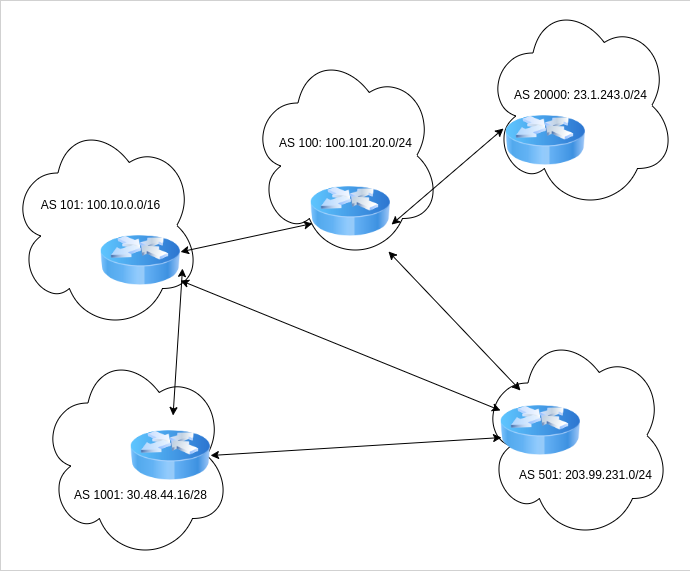
Before: slides/pycon2023-python-rust/autonomous-systems.drawio.png, a diagram exported from draw.io (hyphenOs/hyphenos-site-nikola). Source tidied: cells renumbered, new cells last; positions are measured from the earlier drawing's top-left corner, leaving out a move shared by most shapes. Its diagram source:
```xml
<mxGraphModel>
  <root>
    <mxCell id="0" />
    <mxCell id="1" parent="0" />
    <mxCell id="2" style="rounded=0;whiteSpace=wrap;html=1;strokeWidth=0;" parent="1" vertex="1">
      <mxGeometry width="690" height="570" as="geometry" />
    </mxCell>
    <mxCell id="3" style="ellipse;shape=cloud;whiteSpace=wrap;html=1;" parent="1" vertex="1">
      <mxGeometry x="485" width="190" height="210" as="geometry" />
    </mxCell>
    <mxCell id="4" style="ellipse;shape=cloud;whiteSpace=wrap;html=1;" parent="1" vertex="1">
      <mxGeometry x="480" y="330" width="190" height="210" as="geometry" />
    </mxCell>
    <mxCell id="5" style="ellipse;shape=cloud;whiteSpace=wrap;html=1;" parent="1" vertex="1">
      <mxGeometry x="40" y="350" width="190" height="210" as="geometry" />
    </mxCell>
    <mxCell id="6" style="ellipse;shape=cloud;whiteSpace=wrap;html=1;" parent="1" vertex="1">
      <mxGeometry x="10" y="120" width="190" height="210" as="geometry" />
    </mxCell>
    <mxCell id="7" style="ellipse;shape=cloud;whiteSpace=wrap;html=1;" parent="1" vertex="1">
      <mxGeometry x="250" y="50" width="190" height="210" as="geometry" />
    </mxCell>
    <mxCell id="8" style="image;html=1;image=img/lib/clip_art/networking/Router_Icon_128x128.png;" parent="1" vertex="1">
      <mxGeometry x="100" y="220" width="80" height="80" as="geometry" />
    </mxCell>
    <mxCell id="9" style="image;html=1;image=img/lib/clip_art/networking/Router_Icon_128x128.png;" parent="1" vertex="1">
      <mxGeometry x="310" y="171" width="80" height="80" as="geometry" />
    </mxCell>
    <mxCell id="10" style="image;html=1;image=img/lib/clip_art/networking/Router_Icon_128x128.png;" parent="1" vertex="1">
      <mxGeometry x="505" y="100" width="80" height="80" as="geometry" />
    </mxCell>
    <mxCell id="11" style="image;html=1;image=img/lib/clip_art/networking/Router_Icon_128x128.png;" parent="1" vertex="1">
      <mxGeometry x="500" y="390" width="80" height="80" as="geometry" />
    </mxCell>
    <mxCell id="12" style="image;html=1;image=img/lib/clip_art/networking/Router_Icon_128x128.png;" parent="1" vertex="1">
      <mxGeometry x="130" y="415" width="80" height="80" as="geometry" />
    </mxCell>
    <mxCell id="13" style="endArrow=classic;startArrow=classic;html=1;rounded=0;entryX=0.013;entryY=0.588;entryDx=0;entryDy=0;entryPerimeter=0;exitX=1;exitY=0.5;exitDx=0;exitDy=0;" parent="1" edge="1" source="12" target="11">
      <mxGeometry relative="1" as="geometry" />
    </mxCell>
    <mxCell id="14" style="endArrow=classic;startArrow=classic;html=1;rounded=0;entryX=0.025;entryY=0.65;entryDx=0;entryDy=0;entryPerimeter=0;" parent="1" edge="1" source="8" target="9">
      <mxGeometry relative="1" as="geometry" />
    </mxCell>
    <mxCell id="15" style="endArrow=classic;startArrow=classic;html=1;rounded=0;entryX=0;entryY=0.25;entryDx=0;entryDy=0;exitX=1;exitY=0.75;exitDx=0;exitDy=0;" parent="1" edge="1" source="8" target="11">
      <mxGeometry relative="1" as="geometry" />
    </mxCell>
    <mxCell id="16" style="endArrow=classic;startArrow=classic;html=1;rounded=0;entryX=1.025;entryY=0.6;entryDx=0;entryDy=0;entryPerimeter=0;" parent="1" edge="1" source="12" target="8">
      <mxGeometry relative="1" as="geometry" />
    </mxCell>
    <mxCell id="17" style="endArrow=classic;startArrow=classic;html=1;rounded=0;entryX=1.013;entryY=0.663;entryDx=0;entryDy=0;entryPerimeter=0;exitX=-0.025;exitY=0.35;exitDx=0;exitDy=0;exitPerimeter=0;" parent="1" edge="1" source="10" target="9">
      <mxGeometry relative="1" as="geometry" />
    </mxCell>
    <mxCell id="18" style="endArrow=classic;startArrow=classic;html=1;rounded=0;exitX=0.25;exitY=0;exitDx=0;exitDy=0;" parent="1" edge="1" source="11" target="9">
      <mxGeometry relative="1" as="geometry" />
    </mxCell>
    <mxCell id="19" value="AS 100: 100.101.20.0/24" style="text;html=1;align=center;verticalAlign=middle;strokeColor=none;fillColor=none;" parent="1" vertex="1">
      <mxGeometry x="265" y="128" width="160" height="30" as="geometry" />
    </mxCell>
    <mxCell id="20" value="AS 101: 100.10.0.0/16" style="text;html=1;align=center;verticalAlign=middle;strokeColor=none;fillColor=none;" parent="1" vertex="1">
      <mxGeometry x="30" y="190" width="140" height="30" as="geometry" />
    </mxCell>
    <mxCell id="21" value="AS 1001: 30.48.44.16/28" style="text;html=1;align=center;verticalAlign=middle;strokeColor=none;fillColor=none;" parent="1" vertex="1">
      <mxGeometry x="60" y="480" width="160" height="30" as="geometry" />
    </mxCell>
    <mxCell id="22" value="AS 501: 203.99.231.0/24" style="text;html=1;align=center;verticalAlign=middle;strokeColor=none;fillColor=none;" parent="1" vertex="1">
      <mxGeometry x="505" y="460" width="160" height="30" as="geometry" />
    </mxCell>
    <mxCell id="23" value="AS 20000: 23.1.243.0/24" style="text;html=1;align=center;verticalAlign=middle;strokeColor=none;fillColor=none;" parent="1" vertex="1">
      <mxGeometry x="500" y="80" width="160" height="30" as="geometry" />
    </mxCell>
  </root>
</mxGraphModel>
```
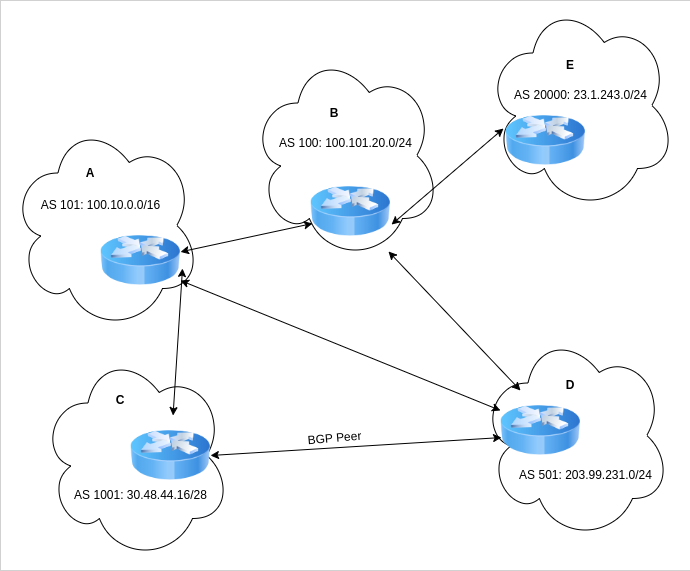
The same diagram one commit later.

Commit message:
Fixes after a first set of review of presentation

- Updated the parsed RIB entry.
- Edits at a few places.
- Changed the theme for the code presentation
- Fixed typos

What changed in the source:
```diff
@@ -68,5 +68,23 @@
     <mxCell id="23" value="AS 20000: 23.1.243.0/24" style="text;html=1;align=center;verticalAlign=middle;strokeColor=none;fillColor=none;" parent="1" vertex="1">
       <mxGeometry x="500" y="80" width="160" height="30" as="geometry" />
     </mxCell>
+    <mxCell id="24" value="E" style="text;html=1;strokeColor=none;fillColor=none;align=center;verticalAlign=middle;whiteSpace=wrap;rounded=0;fontStyle=1;" parent="1" vertex="1">
+      <mxGeometry x="560" y="50" width="20" height="30" as="geometry" />
+    </mxCell>
+    <mxCell id="25" value="B" style="text;html=1;strokeColor=none;fillColor=none;align=center;verticalAlign=middle;whiteSpace=wrap;rounded=0;fontStyle=1;" parent="1" vertex="1">
+      <mxGeometry x="324" y="98" width="20" height="30" as="geometry" />
+    </mxCell>
+    <mxCell id="26" value="A" style="text;html=1;strokeColor=none;fillColor=none;align=center;verticalAlign=middle;whiteSpace=wrap;rounded=0;fontStyle=1;" parent="1" vertex="1">
+      <mxGeometry x="80" y="158" width="20" height="30" as="geometry" />
+    </mxCell>
+    <mxCell id="27" value="C" style="text;html=1;strokeColor=none;fillColor=none;align=center;verticalAlign=middle;whiteSpace=wrap;rounded=0;fontStyle=1;" parent="1" vertex="1">
+      <mxGeometry x="110" y="385" width="20" height="30" as="geometry" />
+    </mxCell>
+    <mxCell id="28" value="D" style="text;html=1;strokeColor=none;fillColor=none;align=center;verticalAlign=middle;whiteSpace=wrap;rounded=0;fontStyle=1;" parent="1" vertex="1">
+      <mxGeometry x="560" y="370" width="20" height="30" as="geometry" />
+    </mxCell>
+    <mxCell id="29" value="BGP Peer" style="text;html=1;align=center;verticalAlign=middle;strokeColor=none;fillColor=none;rotation=-5;" parent="1" vertex="1">
+      <mxGeometry x="294" y="423" width="80" height="30" as="geometry" />
+    </mxCell>
   </root>
 </mxGraphModel>
```
